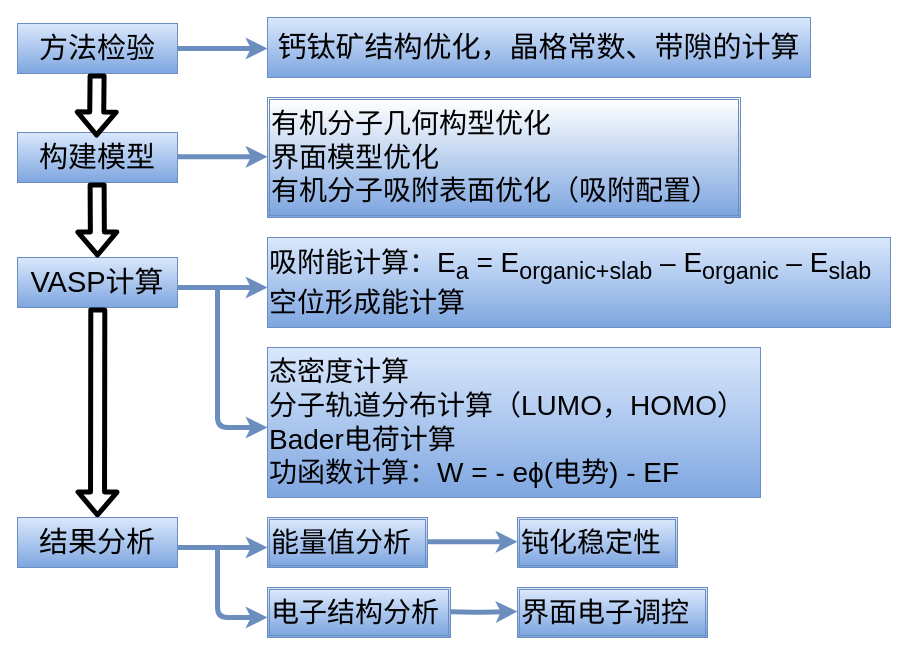
This is Untitled Diagram.drawio from newerjun/newerjun, a draw.io file, before an edit. Source tidied: cells renumbered, new cells numbered last; positions are measured from the earlier drawing's top-left corner, leaving out a move shared by most shapes. Both pictures are drawn from the tidied source at 100%, with x=0, y=0 at pixel (17, 17).
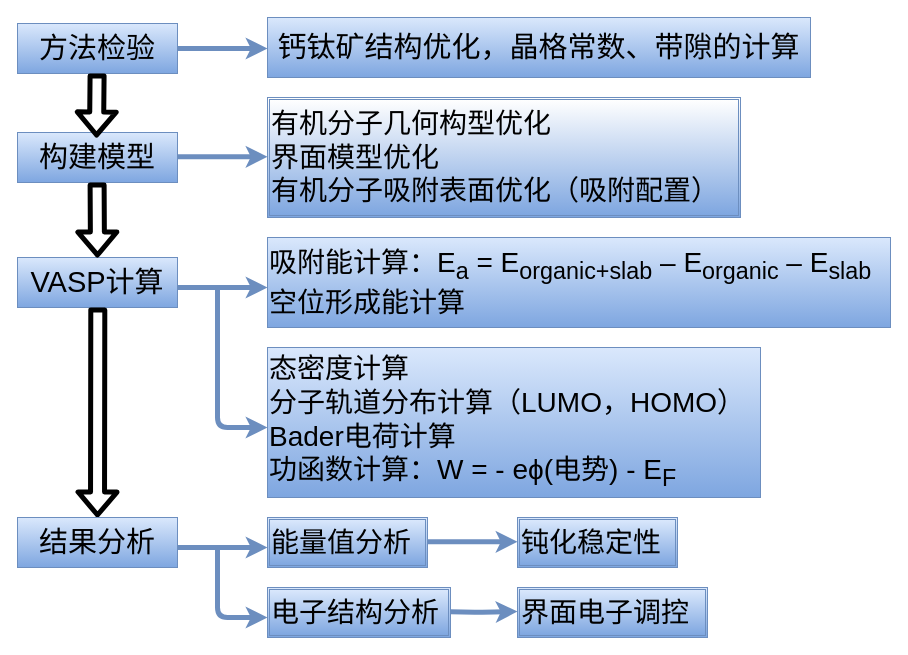
Above is the later version.

The edit, as a diff of the source:
```diff
@@
-    <mxCell id="11" value="&lt;font style=&quot;font-size: 28px&quot;&gt;&lt;p style=&quot;margin-top: 0pt ; margin-bottom: 0pt ; margin-left: 0in ; direction: ltr ; unicode-bidi: embed ; word-break: normal&quot;&gt;&lt;span&gt;态密度&lt;/span&gt;&lt;span&gt;计算&lt;/span&gt;&lt;/p&gt;&lt;p style=&quot;margin-top: 0pt ; margin-bottom: 0pt ; margin-left: 0in ; direction: ltr ; unicode-bidi: embed ; word-break: normal&quot;&gt;&lt;span&gt;分子轨道分布计算&lt;/span&gt;&lt;span&gt;（&lt;/span&gt;&lt;span style=&quot;font-family: &amp;#34;arial&amp;#34;&quot;&gt;LUMO&lt;/span&gt;&lt;span&gt;，&lt;/span&gt;&lt;span style=&quot;font-family: &amp;#34;arial&amp;#34;&quot;&gt;HOMO&lt;/span&gt;&lt;span&gt;）&lt;/span&gt;&lt;/p&gt;&lt;p style=&quot;margin-top: 0pt ; margin-bottom: 0pt ; margin-left: 0in ; direction: ltr ; unicode-bidi: embed ; word-break: normal&quot;&gt;&lt;span style=&quot;font-family: &amp;#34;arial&amp;#34;&quot;&gt;Bader&lt;/span&gt;&lt;span&gt;电荷&lt;/span&gt;&lt;span&gt;计算&lt;/span&gt;&lt;/p&gt;&lt;p style=&quot;margin-top: 0pt ; margin-bottom: 0pt ; margin-left: 0in ; direction: ltr ; unicode-bidi: embed ; word-break: normal&quot;&gt;&lt;span&gt;功&lt;/span&gt;&lt;span&gt;函数计算&lt;/span&gt;&lt;span&gt;：&lt;/span&gt;&lt;span style=&quot;font-family: &amp;#34;arial&amp;#34;&quot;&gt;W = - &lt;/span&gt;&lt;span style=&quot;font-family: &amp;#34;arial&amp;#34;&quot;&gt;e&lt;/span&gt;&lt;span style=&quot;font-family: &amp;#34;arial&amp;#34;&quot;&gt;ϕ&lt;/span&gt;&lt;span style=&quot;font-family: &amp;#34;arial&amp;#34;&quot;&gt;(&lt;/span&gt;&lt;span&gt;电势&lt;/span&gt;&lt;span style=&quot;font-family: &amp;#34;arial&amp;#34;&quot;&gt;)&amp;nbsp;&lt;/span&gt;&lt;span style=&quot;font-family: &amp;#34;arial&amp;#34;&quot;&gt;- &lt;/span&gt;&lt;span style=&quot;font-family: &amp;#34;arial&amp;#34;&quot;&gt;EF&lt;/span&gt;&lt;/p&gt;&lt;/font&gt;" style="whiteSpace=wrap;html=1;align=left;gradientColor=#7ea6e0;fillColor=#dae8fc;strokeColor=#6c8ebf;" parent="1" vertex="1">
+    <mxCell id="11" value="&lt;font style=&quot;font-size: 28px&quot;&gt;&lt;p style=&quot;margin-top: 0pt ; margin-bottom: 0pt ; margin-left: 0in ; direction: ltr ; unicode-bidi: embed ; word-break: normal&quot;&gt;&lt;span&gt;态密度&lt;/span&gt;&lt;span&gt;计算&lt;/span&gt;&lt;/p&gt;&lt;p style=&quot;margin-top: 0pt ; margin-bottom: 0pt ; margin-left: 0in ; direction: ltr ; unicode-bidi: embed ; word-break: normal&quot;&gt;&lt;span&gt;分子轨道分布计算&lt;/span&gt;&lt;span&gt;（&lt;/span&gt;&lt;span style=&quot;font-family: &amp;#34;arial&amp;#34;&quot;&gt;LUMO&lt;/span&gt;&lt;span&gt;，&lt;/span&gt;&lt;span style=&quot;font-family: &amp;#34;arial&amp;#34;&quot;&gt;HOMO&lt;/span&gt;&lt;span&gt;）&lt;/span&gt;&lt;/p&gt;&lt;p style=&quot;margin-top: 0pt ; margin-bottom: 0pt ; margin-left: 0in ; direction: ltr ; unicode-bidi: embed ; word-break: normal&quot;&gt;&lt;span style=&quot;font-family: &amp;#34;arial&amp;#34;&quot;&gt;Bader&lt;/span&gt;&lt;span&gt;电荷&lt;/span&gt;&lt;span&gt;计算&lt;/span&gt;&lt;/p&gt;&lt;p style=&quot;margin-top: 0pt ; margin-bottom: 0pt ; margin-left: 0in ; direction: ltr ; unicode-bidi: embed ; word-break: normal&quot;&gt;功函数计算：&lt;span style=&quot;font-family: &amp;#34;arial&amp;#34;&quot;&gt;W = - &lt;/span&gt;&lt;span style=&quot;font-family: &amp;#34;arial&amp;#34;&quot;&gt;e&lt;/span&gt;&lt;span style=&quot;font-family: &amp;#34;arial&amp;#34;&quot;&gt;ϕ&lt;/span&gt;&lt;span style=&quot;font-family: &amp;#34;arial&amp;#34;&quot;&gt;(&lt;/span&gt;电势&lt;span style=&quot;font-family: &amp;#34;arial&amp;#34;&quot;&gt;)&amp;nbsp;&lt;/span&gt;&lt;span style=&quot;font-family: &amp;#34;arial&amp;#34;&quot;&gt;- &lt;/span&gt;&lt;span style=&quot;font-family: &amp;#34;arial&amp;#34;&quot;&gt;E&lt;sub&gt;F&lt;/sub&gt;&lt;/span&gt;&lt;/p&gt;&lt;/font&gt;" style="whiteSpace=wrap;html=1;align=left;gradientColor=#7ea6e0;fillColor=#dae8fc;strokeColor=#6c8ebf;" parent="1" vertex="1">
       <mxGeometry x="250" y="330" width="493" height="150" as="geometry" />
     </mxCell>
```
